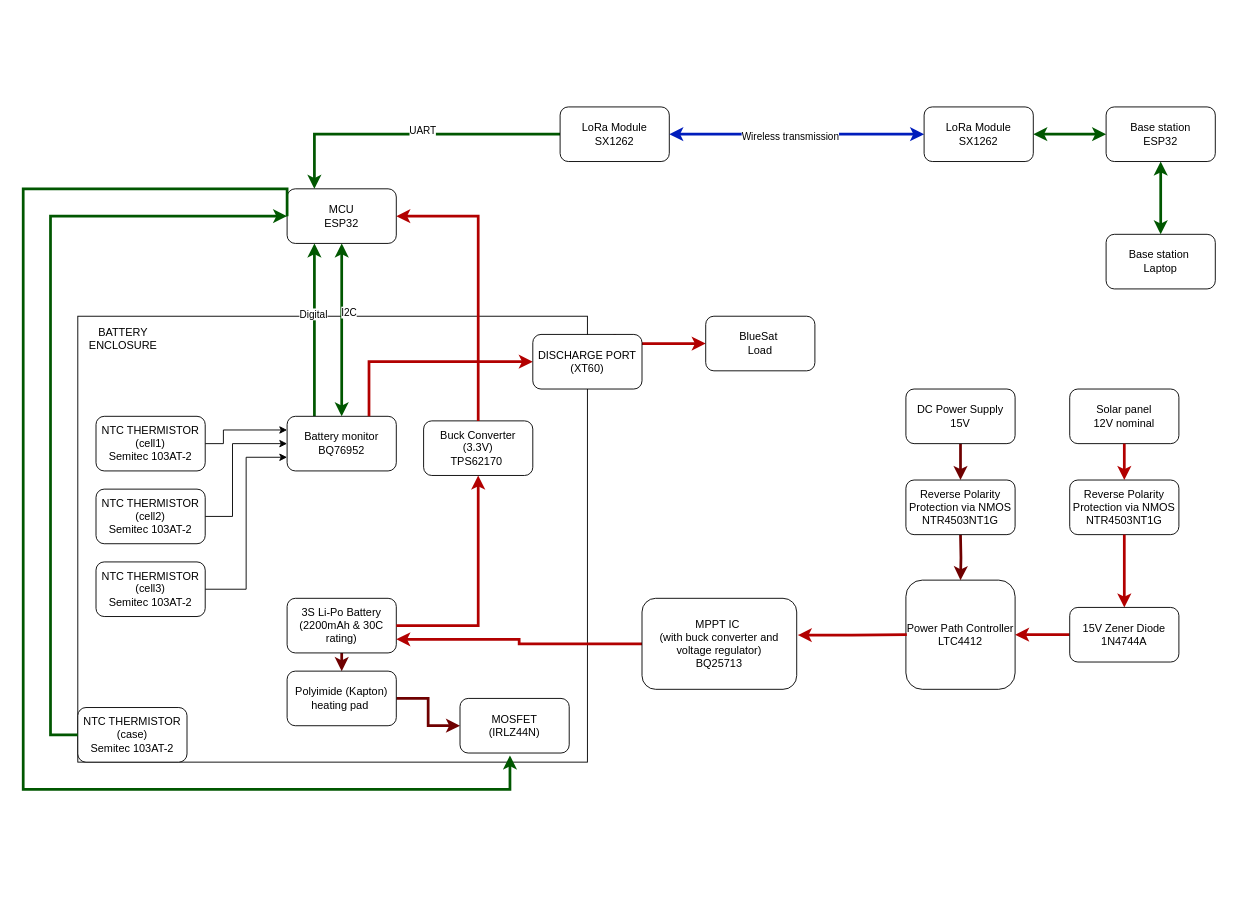
This is Felix_DRAFT_BMS_ELEC3117.drawio from Chainsawfelix/ELEC3117-BLUESAT, a draw.io file, before an edit. Source tidied: cells renumbered, new cells numbered last; positions are measured from the earlier drawing's top-left corner, leaving out a move shared by most shapes. Both pictures are drawn from the tidied source at 91%, with x=0, y=0 at pixel (23, 106).
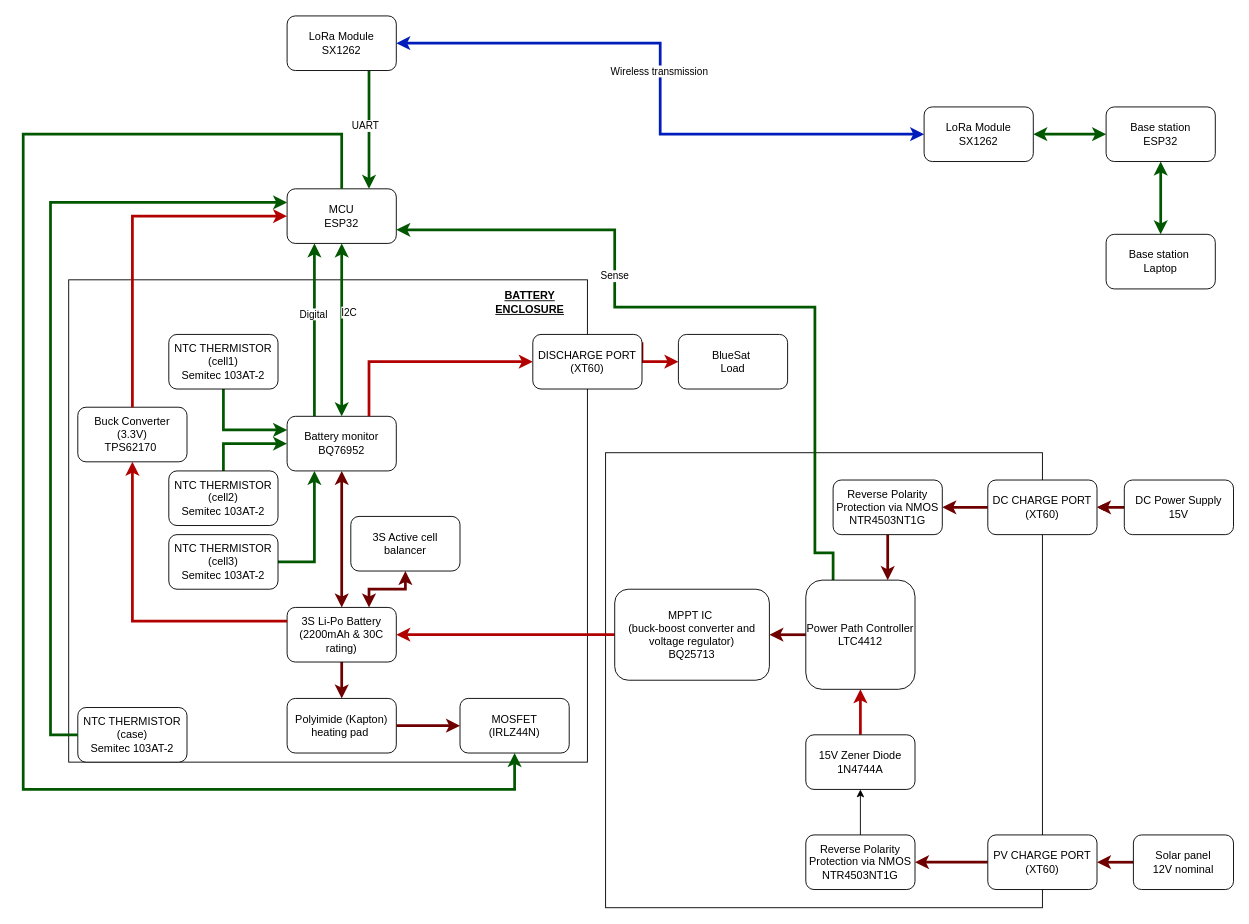
After the change.

The change refers to these unchanged cells:
```xml
<mxCell id="3" value="MCU&lt;br&gt;ESP32" style="rounded=1;whiteSpace=wrap;html=1;" parent="1" vertex="1">
  <mxGeometry x="290" y="90" width="120" height="60" as="geometry" />
</mxCell>
<mxCell id="7" value="NTC THERMISTOR&lt;div&gt;(case)&lt;br&gt;Semitec 103AT-2&lt;/div&gt;" style="rounded=1;whiteSpace=wrap;html=1;" parent="1" vertex="1">
  <mxGeometry x="60" y="660" width="120" height="60" as="geometry" />
</mxCell>
<mxCell id="10" value="Battery monitor&lt;br&gt;BQ76952" style="rounded=1;whiteSpace=wrap;html=1;" parent="1" vertex="1">
  <mxGeometry x="290" y="340" width="120" height="60" as="geometry" />
</mxCell>
<mxCell id="25" value="DISCHARGE PORT&lt;div&gt;(XT60)&lt;/div&gt;" style="rounded=1;whiteSpace=wrap;html=1;" parent="1" vertex="1">
  <mxGeometry x="560" y="250" width="120" height="60" as="geometry" />
</mxCell>
<mxCell id="35" value="MOSFET&lt;div&gt;(IRLZ44N)&lt;/div&gt;" style="rounded=1;whiteSpace=wrap;html=1;" parent="1" vertex="1">
  <mxGeometry x="480" y="650" width="120" height="60" as="geometry" />
</mxCell>
```

What changed in the source:
```diff
@@
+    <mxCell id="55" style="rounded=0;whiteSpace=wrap;html=1;" parent="1" vertex="1">
+      <mxGeometry x="640" y="380" width="480" height="500" as="geometry" />
+    </mxCell>
     <mxCell id="2" style="rounded=0;whiteSpace=wrap;html=1;" parent="1" vertex="1">
-      <mxGeometry x="60" y="230" width="560" height="490" as="geometry" />
+      <mxGeometry x="50" y="190" width="570" height="530" as="geometry" />
     </mxCell>
@@
-    <mxCell id="4" style="edgeStyle=orthogonalEdgeStyle;rounded=0;jettySize=auto;html=1;exitX=0;exitY=0.5;exitDx=0;exitDy=0;entryX=0.25;entryY=0;entryDx=0;entryDy=0;strokeWidth=3;fillColor=#008a00;strokeColor=#005700;" parent="1" edge="1" source="6" target="3">
+    <mxCell id="4" style="edgeStyle=orthogonalEdgeStyle;rounded=0;jettySize=auto;html=1;exitX=0.75;exitY=1;exitDx=0;exitDy=0;entryX=0.75;entryY=0;entryDx=0;entryDy=0;strokeWidth=3;fillColor=#008a00;strokeColor=#005700;" parent="1" edge="1" source="6" target="3">
       <mxGeometry relative="1" as="geometry" />
     </mxCell>
@@
     <mxCell id="6" value="LoRa Module&lt;br&gt;SX1262" style="rounded=1;whiteSpace=wrap;html=1;" parent="1" vertex="1">
-      <mxGeometry x="590" width="120" height="60" as="geometry" />
+      <mxGeometry x="290" y="-100" width="120" height="60" as="geometry" />
     </mxCell>
@@
+    <mxCell id="56" style="edgeStyle=orthogonalEdgeStyle;rounded=0;jettySize=auto;html=1;exitX=0;exitY=0.25;exitDx=0;exitDy=0;entryX=0.5;entryY=1;entryDx=0;entryDy=0;startArrow=classic;startFill=1;endArrow=none;endFill=0;strokeWidth=3;fillColor=#008a00;strokeColor=#005700;" parent="1" edge="1" source="10" target="20">
+      <mxGeometry relative="1" as="geometry" />
+    </mxCell>
@@
+    <mxCell id="57" style="edgeStyle=orthogonalEdgeStyle;rounded=0;jettySize=auto;html=1;exitX=0.75;exitY=0;exitDx=0;exitDy=0;entryX=0.5;entryY=1;entryDx=0;entryDy=0;strokeWidth=3;fillColor=#a20025;strokeColor=#6F0000;startArrow=classic;startFill=1;" parent="1" edge="1" source="12" target="65">
+      <mxGeometry relative="1" as="geometry" />
+    </mxCell>
     <mxCell id="12" value="3S Li-Po Battery&lt;div&gt;(2200mAh &amp;amp; 30C rating)&lt;/div&gt;" style="rounded=1;whiteSpace=wrap;html=1;" parent="1" vertex="1">
-      <mxGeometry x="290" y="540" width="120" height="60" as="geometry" />
+      <mxGeometry x="290" y="550" width="120" height="60" as="geometry" />
     </mxCell>
-    <mxCell id="13" value="BATTERY ENCLOSURE" style="text;html=1;whiteSpace=wrap;strokeColor=none;fillColor=none;align=center;verticalAlign=middle;rounded=0;" parent="1" vertex="1">
-      <mxGeometry x="80" y="240" width="60" height="30" as="geometry" />
+    <mxCell id="13" value="BATTERY ENCLOSURE" style="text;html=1;whiteSpace=wrap;strokeColor=none;fillColor=none;align=center;verticalAlign=middle;rounded=0;fontStyle=5;" parent="1" vertex="1">
+      <mxGeometry x="527" y="200" width="60" height="30" as="geometry" />
     </mxCell>
-    <mxCell id="14" style="edgeStyle=orthogonalEdgeStyle;rounded=0;jettySize=auto;html=1;exitX=0;exitY=0.5;exitDx=0;exitDy=0;entryX=0;entryY=0.5;entryDx=0;entryDy=0;fillColor=#008a00;strokeColor=#005700;strokeWidth=3;" parent="1" edge="1" source="7" target="3">
+    <mxCell id="14" style="edgeStyle=orthogonalEdgeStyle;rounded=0;jettySize=auto;html=1;exitX=0;exitY=0.5;exitDx=0;exitDy=0;entryX=0;entryY=0.25;entryDx=0;entryDy=0;fillColor=#008a00;strokeColor=#005700;strokeWidth=3;" parent="1" edge="1" source="7" target="3">
       <mxGeometry relative="1" as="geometry">
         <Array as="points">
           <mxPoint x="30" y="690" />
-          <mxPoint x="30" y="120" />
+          <mxPoint x="30" y="105" />
         </Array>
       </mxGeometry>
     </mxCell>
-    <mxCell id="15" style="edgeStyle=orthogonalEdgeStyle;rounded=0;jettySize=auto;html=1;exitX=1;exitY=0.5;exitDx=0;exitDy=0;entryX=0;entryY=0.5;entryDx=0;entryDy=0;" parent="1" edge="1" source="16" target="10">
+    <mxCell id="15" style="edgeStyle=orthogonalEdgeStyle;rounded=0;jettySize=auto;html=1;exitX=0.5;exitY=0;exitDx=0;exitDy=0;entryX=0;entryY=0.5;entryDx=0;entryDy=0;strokeWidth=3;fillColor=#008a00;strokeColor=#005700;" parent="1" edge="1" source="16" target="10">
       <mxGeometry relative="1" as="geometry">
         <Array as="points">
-          <mxPoint x="230" y="450" />
-          <mxPoint x="230" y="370" />
+          <mxPoint x="220" y="370" />
         </Array>
       </mxGeometry>
     </mxCell>
     <mxCell id="16" value="NTC THERMISTOR&lt;div&gt;(cell2)&lt;br&gt;Semitec 103AT-2&lt;/div&gt;" style="rounded=1;whiteSpace=wrap;html=1;" parent="1" vertex="1">
-      <mxGeometry x="80" y="420" width="120" height="60" as="geometry" />
+      <mxGeometry x="160" y="400" width="120" height="60" as="geometry" />
     </mxCell>
-    <mxCell id="17" style="edgeStyle=orthogonalEdgeStyle;rounded=0;jettySize=auto;html=1;exitX=1;exitY=0.5;exitDx=0;exitDy=0;entryX=0;entryY=0.75;entryDx=0;entryDy=0;" parent="1" edge="1" source="18" target="10">
-      <mxGeometry relative="1" as="geometry" />
+    <mxCell id="17" style="edgeStyle=orthogonalEdgeStyle;rounded=0;jettySize=auto;html=1;exitX=1;exitY=0.5;exitDx=0;exitDy=0;entryX=0.25;entryY=1;entryDx=0;entryDy=0;strokeWidth=3;fillColor=#008a00;strokeColor=#005700;" parent="1" edge="1" source="18" target="10">
+      <mxGeometry relative="1" as="geometry">
+        <Array as="points">
+          <mxPoint x="320" y="500" />
+        </Array>
+      </mxGeometry>
     </mxCell>
     <mxCell id="18" value="NTC THERMISTOR&lt;div&gt;(cell3)&lt;br&gt;Semitec 103AT-2&lt;/div&gt;" style="rounded=1;whiteSpace=wrap;html=1;" parent="1" vertex="1">
-      <mxGeometry x="80" y="500" width="120" height="60" as="geometry" />
+      <mxGeometry x="160" y="470" width="120" height="60" as="geometry" />
     </mxCell>
-    <mxCell id="19" style="edgeStyle=orthogonalEdgeStyle;rounded=0;jettySize=auto;html=1;exitX=1;exitY=0.5;exitDx=0;exitDy=0;entryX=0;entryY=0.25;entryDx=0;entryDy=0;" parent="1" edge="1" source="20" target="10">
-      <mxGeometry relative="1" as="geometry">
-        <Array as="points">
-          <mxPoint x="220" y="370" />
-          <mxPoint x="220" y="355" />
-        </Array>
-      </mxGeometry>
-    </mxCell>
     <mxCell id="20" value="NTC THERMISTOR&lt;div&gt;(cell1)&lt;br&gt;Semitec 103AT-2&lt;/div&gt;" style="rounded=1;whiteSpace=wrap;html=1;" parent="1" vertex="1">
-      <mxGeometry x="80" y="340" width="120" height="60" as="geometry" />
+      <mxGeometry x="160" y="250" width="120" height="60" as="geometry" />
     </mxCell>
     <mxCell id="21" value="Buck Converter&lt;br&gt;(3.3V)&lt;div&gt;TPS62170&amp;nbsp;&lt;/div&gt;" style="rounded=1;whiteSpace=wrap;html=1;" parent="1" vertex="1">
-      <mxGeometry x="440" y="345" width="120" height="60" as="geometry" />
+      <mxGeometry x="60" y="330" width="120" height="60" as="geometry" />
     </mxCell>
@@
-    <mxCell id="23" style="edgeStyle=orthogonalEdgeStyle;rounded=0;jettySize=auto;html=1;exitX=0.5;exitY=0;exitDx=0;exitDy=0;strokeWidth=3;fillColor=#e51400;strokeColor=#B20000;startArrow=none;startFill=0;entryX=1;entryY=0.5;entryDx=0;entryDy=0;" parent="1" edge="1" source="21" target="3">
+    <mxCell id="23" style="edgeStyle=orthogonalEdgeStyle;rounded=0;jettySize=auto;html=1;exitX=0.5;exitY=0;exitDx=0;exitDy=0;strokeWidth=3;fillColor=#e51400;strokeColor=#B20000;startArrow=none;startFill=0;entryX=0;entryY=0.5;entryDx=0;entryDy=0;" parent="1" edge="1" source="21" target="3">
       <mxGeometry relative="1" as="geometry">
         <Array as="points">
-          <mxPoint x="500" y="120" />
+          <mxPoint x="120" y="120" />
         </Array>
       </mxGeometry>
     </mxCell>
-    <mxCell id="24" style="edgeStyle=orthogonalEdgeStyle;rounded=0;jettySize=auto;html=1;exitX=0.75;exitY=0;exitDx=0;exitDy=0;entryX=0;entryY=0.5;entryDx=0;entryDy=0;strokeWidth=3;fillColor=#e51400;strokeColor=#B20000;" parent="1" edge="1" source="25" target="32">
+    <mxCell id="24" style="edgeStyle=orthogonalEdgeStyle;rounded=0;jettySize=auto;html=1;exitX=1;exitY=0.5;exitDx=0;exitDy=0;entryX=0;entryY=0.5;entryDx=0;entryDy=0;strokeWidth=3;fillColor=#e51400;strokeColor=#B20000;" parent="1" edge="1" source="25" target="32">
       <mxGeometry relative="1" as="geometry">
         <Array as="points">
+          <mxPoint x="680" y="260" />
           <mxPoint x="650" y="260" />
+          <mxPoint x="650" y="280" />
         </Array>
       </mxGeometry>
     </mxCell>
@@
+    <mxCell id="48" style="edgeStyle=orthogonalEdgeStyle;rounded=0;jettySize=auto;html=1;exitX=0.5;exitY=0;exitDx=0;exitDy=0;entryX=0.5;entryY=1;entryDx=0;entryDy=0;" parent="1" edge="1" source="26" target="52">
+      <mxGeometry relative="1" as="geometry" />
+    </mxCell>
     <mxCell id="26" value="Reverse Polarity&lt;br&gt;Protection via NMOS&lt;br&gt;NTR4503NT1G" style="rounded=1;whiteSpace=wrap;html=1;" parent="1" vertex="1">
-      <mxGeometry x="1150" y="410" width="120" height="60" as="geometry" />
+      <mxGeometry x="860" y="800" width="120" height="60" as="geometry" />
     </mxCell>
@@
+    <mxCell id="58" style="edgeStyle=orthogonalEdgeStyle;rounded=0;jettySize=auto;html=1;exitX=0;exitY=0.5;exitDx=0;exitDy=0;entryX=1;entryY=0.5;entryDx=0;entryDy=0;strokeWidth=3;fillColor=#a20025;strokeColor=#6F0000;" parent="1" edge="1" source="30" target="69">
+      <mxGeometry relative="1" as="geometry" />
+    </mxCell>
     <mxCell id="30" value="Solar panel&lt;div&gt;12V nominal&lt;/div&gt;" style="rounded=1;whiteSpace=wrap;html=1;" parent="1" vertex="1">
-      <mxGeometry x="1150" y="310" width="120" height="60" as="geometry" />
+      <mxGeometry x="1220" y="800" width="110" height="60" as="geometry" />
     </mxCell>
+    <mxCell id="59" style="edgeStyle=orthogonalEdgeStyle;rounded=0;jettySize=auto;html=1;exitX=0;exitY=0.5;exitDx=0;exitDy=0;entryX=1;entryY=0.5;entryDx=0;entryDy=0;strokeWidth=3;fillColor=#a20025;strokeColor=#6F0000;" parent="1" edge="1" source="31" target="51">
+      <mxGeometry relative="1" as="geometry" />
+    </mxCell>
+    <mxCell id="60" style="edgeStyle=orthogonalEdgeStyle;rounded=0;jettySize=auto;html=1;exitX=0.25;exitY=0;exitDx=0;exitDy=0;entryX=1;entryY=0.75;entryDx=0;entryDy=0;strokeWidth=3;fillColor=#008a00;strokeColor=#005700;" parent="1" edge="1" source="31" target="3">
+      <mxGeometry relative="1" as="geometry">
+        <Array as="points">
+          <mxPoint x="890" y="490" />
+          <mxPoint x="870" y="490" />
+          <mxPoint x="870" y="220" />
+          <mxPoint x="650" y="220" />
+          <mxPoint x="650" y="135" />
+        </Array>
+      </mxGeometry>
+    </mxCell>
+    <mxCell id="61" value="Sense" style="edgeLabel;html=1;align=center;verticalAlign=middle;" parent="60" vertex="1">
+      <mxGeometry x="0.33" relative="1" as="geometry">
+        <mxPoint x="-1" as="offset" />
+      </mxGeometry>
+    </mxCell>
     <mxCell id="31" value="Power Path Controller&lt;br&gt;LTC4412" style="rounded=1;whiteSpace=wrap;html=1;" parent="1" vertex="1">
-      <mxGeometry x="970" y="520" width="120" height="120" as="geometry" />
+      <mxGeometry x="860" y="520" width="120" height="120" as="geometry" />
     </mxCell>
     <mxCell id="32" value="BlueSat&amp;nbsp;&lt;div&gt;Load&lt;/div&gt;" style="rounded=1;whiteSpace=wrap;html=1;" parent="1" vertex="1">
-      <mxGeometry x="750" y="230" width="120" height="60" as="geometry" />
+      <mxGeometry x="720" y="250" width="120" height="60" as="geometry" />
     </mxCell>
@@
     <mxCell id="34" value="Polyimide (Kapton) heating pad&amp;nbsp;" style="rounded=1;whiteSpace=wrap;html=1;" parent="1" vertex="1">
-      <mxGeometry x="290" y="620" width="120" height="60" as="geometry" />
+      <mxGeometry x="290" y="650" width="120" height="60" as="geometry" />
     </mxCell>
@@
-    <mxCell id="36" style="edgeStyle=orthogonalEdgeStyle;rounded=0;jettySize=auto;html=1;fillColor=#008a00;strokeColor=#005700;strokeWidth=3;exitX=0;exitY=0.5;exitDx=0;exitDy=0;entryX=0.848;entryY=0.985;entryDx=0;entryDy=0;entryPerimeter=0;" parent="1" edge="1" source="3" target="2">
+    <mxCell id="36" style="edgeStyle=orthogonalEdgeStyle;rounded=0;jettySize=auto;html=1;fillColor=#008a00;strokeColor=#005700;strokeWidth=3;exitX=0.5;exitY=0;exitDx=0;exitDy=0;entryX=0.5;entryY=1;entryDx=0;entryDy=0;" parent="1" edge="1" source="3" target="35">
       <mxGeometry relative="1" as="geometry">
         <Array as="points">
-          <mxPoint x="290" y="90" />
-          <mxPoint y="90" />
+          <mxPoint x="350" y="30" />
+          <mxPoint y="30" />
           <mxPoint y="750" />
-          <mxPoint x="535" y="750" />
+          <mxPoint x="540" y="750" />
         </Array>
       </mxGeometry>
     </mxCell>
-    <mxCell id="37" style="edgeStyle=orthogonalEdgeStyle;rounded=0;jettySize=auto;html=1;strokeWidth=3;fillColor=#e51400;strokeColor=#B20000;startArrow=none;startFill=0;entryX=0.5;entryY=1;entryDx=0;entryDy=0;exitX=1;exitY=0.5;exitDx=0;exitDy=0;" parent="1" edge="1" source="12" target="21">
+    <mxCell id="37" style="edgeStyle=orthogonalEdgeStyle;rounded=0;jettySize=auto;html=1;strokeWidth=3;fillColor=#e51400;strokeColor=#B20000;startArrow=none;startFill=0;entryX=0.5;entryY=1;entryDx=0;entryDy=0;exitX=0;exitY=0.25;exitDx=0;exitDy=0;" parent="1" edge="1" source="12" target="21">
       <mxGeometry relative="1" as="geometry">
         <Array as="points">
-          <mxPoint x="410" y="570" />
-          <mxPoint x="500" y="570" />
+          <mxPoint x="120" y="565" />
         </Array>
       </mxGeometry>
     </mxCell>
@@
-    <mxCell id="44" style="edgeStyle=orthogonalEdgeStyle;rounded=0;jettySize=auto;html=1;exitX=0.5;exitY=1;exitDx=0;exitDy=0;entryX=0.5;entryY=0;entryDx=0;entryDy=0;strokeWidth=3;fillColor=#a20025;strokeColor=#6F0000;" parent="1" edge="1" source="45">
-      <mxGeometry relative="1" as="geometry">
-        <mxPoint x="1030" y="410" as="targetPoint" />
-      </mxGeometry>
-    </mxCell>
+    <mxCell id="62" style="edgeStyle=orthogonalEdgeStyle;rounded=0;jettySize=auto;html=1;exitX=0;exitY=0.5;exitDx=0;exitDy=0;entryX=1;entryY=0.5;entryDx=0;entryDy=0;" parent="1" edge="1" source="45" target="67">
+      <mxGeometry relative="1" as="geometry" />
+    </mxCell>
+    <mxCell id="63" style="edgeStyle=orthogonalEdgeStyle;rounded=0;jettySize=auto;html=1;strokeWidth=3;fillColor=#a20025;strokeColor=#6F0000;" parent="1" edge="1" source="45" target="67">
+      <mxGeometry relative="1" as="geometry" />
+    </mxCell>
     <mxCell id="45" value="DC Power Supply 15V" style="rounded=1;whiteSpace=wrap;html=1;" parent="1" vertex="1">
-      <mxGeometry x="970" y="310" width="120" height="60" as="geometry" />
+      <mxGeometry x="1210" y="410" width="120" height="60" as="geometry" />
     </mxCell>
-    <mxCell id="46" style="edgeStyle=orthogonalEdgeStyle;rounded=0;jettySize=auto;html=1;exitX=0;exitY=0.5;exitDx=0;exitDy=0;entryX=1.007;entryY=0.404;entryDx=0;entryDy=0;strokeWidth=3;fillColor=#e51400;strokeColor=#B20000;entryPerimeter=0;" parent="1" edge="1" target="51">
-      <mxGeometry relative="1" as="geometry">
-        <mxPoint x="971" y="580" as="sourcePoint" />
-      </mxGeometry>
-    </mxCell>
-    <mxCell id="47" style="edgeStyle=orthogonalEdgeStyle;rounded=0;jettySize=auto;html=1;exitX=0.5;exitY=1;exitDx=0;exitDy=0;entryX=0.5;entryY=0;entryDx=0;entryDy=0;fillColor=#a20025;strokeColor=#6F0000;strokeWidth=3;" parent="1" edge="1" target="31">
-      <mxGeometry relative="1" as="geometry">
-        <mxPoint x="1030" y="470" as="sourcePoint" />
-      </mxGeometry>
+    <mxCell id="47" style="edgeStyle=orthogonalEdgeStyle;rounded=0;jettySize=auto;html=1;exitX=0.5;exitY=1;exitDx=0;exitDy=0;entryX=0.75;entryY=0;entryDx=0;entryDy=0;fillColor=#a20025;strokeColor=#6F0000;strokeWidth=3;" parent="1" edge="1" source="54" target="31">
+      <mxGeometry relative="1" as="geometry" />
     </mxCell>
-    <mxCell id="48" style="edgeStyle=orthogonalEdgeStyle;rounded=0;jettySize=auto;html=1;exitX=0.5;exitY=1;exitDx=0;exitDy=0;strokeWidth=3;fillColor=#e51400;strokeColor=#B20000;" parent="1" edge="1" source="26" target="52">
-      <mxGeometry relative="1" as="geometry" />
-    </mxCell>
-    <mxCell id="49" style="edgeStyle=orthogonalEdgeStyle;rounded=0;jettySize=auto;html=1;exitX=0;exitY=0.5;exitDx=0;exitDy=0;entryX=1;entryY=0.5;entryDx=0;entryDy=0;strokeWidth=3;fillColor=#e51400;strokeColor=#B20000;" parent="1" edge="1" source="52" target="31">
+    <mxCell id="49" style="edgeStyle=orthogonalEdgeStyle;rounded=0;jettySize=auto;html=1;entryX=0.5;entryY=1;entryDx=0;entryDy=0;strokeWidth=3;fillColor=#e51400;strokeColor=#B20000;exitX=0.5;exitY=0;exitDx=0;exitDy=0;" parent="1" edge="1" source="52" target="31">
       <mxGeometry relative="1" as="geometry" />
     </mxCell>
-    <mxCell id="50" style="edgeStyle=orthogonalEdgeStyle;rounded=0;jettySize=auto;html=1;exitX=0;exitY=0.5;exitDx=0;exitDy=0;entryX=1;entryY=0.75;entryDx=0;entryDy=0;strokeWidth=3;fillColor=#e51400;strokeColor=#B20000;" parent="1" edge="1" source="51" target="12">
+    <mxCell id="50" style="edgeStyle=orthogonalEdgeStyle;rounded=0;jettySize=auto;html=1;exitX=0;exitY=0.5;exitDx=0;exitDy=0;entryX=1;entryY=0.5;entryDx=0;entryDy=0;strokeWidth=3;fillColor=#e51400;strokeColor=#B20000;" parent="1" edge="1" source="51" target="12">
       <mxGeometry relative="1" as="geometry" />
     </mxCell>
-    <mxCell id="51" value="MPPT IC&amp;nbsp;&lt;div&gt;(with buck converter and voltage regulator)&lt;div&gt;BQ25713&lt;/div&gt;&lt;/div&gt;" style="rounded=1;whiteSpace=wrap;html=1;" parent="1" vertex="1">
-      <mxGeometry x="680" y="540" width="170" height="100" as="geometry" />
+    <mxCell id="51" value="MPPT IC&amp;nbsp;&lt;div&gt;(buck-boost converter and voltage regulator)&lt;div&gt;BQ25713&lt;/div&gt;&lt;/div&gt;" style="rounded=1;whiteSpace=wrap;html=1;" parent="1" vertex="1">
+      <mxGeometry x="650" y="530" width="170" height="100" as="geometry" />
     </mxCell>
     <mxCell id="52" value="15V Zener Diode&lt;br&gt;1N4744A" style="rounded=1;whiteSpace=wrap;html=1;" parent="1" vertex="1">
-      <mxGeometry x="1150" y="550" width="120" height="60" as="geometry" />
+      <mxGeometry x="860" y="690" width="120" height="60" as="geometry" />
     </mxCell>
-    <mxCell id="53" style="edgeStyle=orthogonalEdgeStyle;rounded=0;jettySize=auto;html=1;exitX=0.5;exitY=1;exitDx=0;exitDy=0;entryX=0.5;entryY=0;entryDx=0;entryDy=0;strokeWidth=3;fillColor=#e51400;strokeColor=#B20000;" parent="1" edge="1" source="30" target="26">
-      <mxGeometry relative="1" as="geometry" />
-    </mxCell>
     <mxCell id="54" value="Reverse Polarity&lt;br&gt;Protection via NMOS&lt;br&gt;NTR4503NT1G" style="rounded=1;whiteSpace=wrap;html=1;" parent="1" vertex="1">
-      <mxGeometry x="970" y="410" width="120" height="60" as="geometry" />
+      <mxGeometry x="890" y="410" width="120" height="60" as="geometry" />
     </mxCell>
+    <mxCell id="64" style="endArrow=classic;html=1;rounded=0;exitX=0.5;exitY=1;exitDx=0;exitDy=0;strokeWidth=3;fillColor=#a20025;strokeColor=#6F0000;startArrow=classic;startFill=1;endFill=1;entryX=0.5;entryY=0;entryDx=0;entryDy=0;" parent="1" edge="1" source="10" target="12">
+      <mxGeometry relative="1" as="geometry" />
+    </mxCell>
+    <mxCell id="65" value="3S Active cell balancer" style="rounded=1;whiteSpace=wrap;html=1;" parent="1" vertex="1">
+      <mxGeometry x="360" y="450" width="120" height="60" as="geometry" />
+    </mxCell>
+    <mxCell id="66" style="edgeStyle=orthogonalEdgeStyle;rounded=0;jettySize=auto;html=1;exitX=0;exitY=0.5;exitDx=0;exitDy=0;entryX=1;entryY=0.5;entryDx=0;entryDy=0;strokeWidth=3;fillColor=#a20025;strokeColor=#6F0000;" parent="1" edge="1" source="67" target="54">
+      <mxGeometry relative="1" as="geometry" />
+    </mxCell>
+    <mxCell id="67" value="DC CHARGE PORT&lt;div&gt;(XT60)&lt;/div&gt;" style="rounded=1;whiteSpace=wrap;html=1;" parent="1" vertex="1">
+      <mxGeometry x="1060" y="410" width="120" height="60" as="geometry" />
+    </mxCell>
+    <mxCell id="68" style="edgeStyle=orthogonalEdgeStyle;rounded=0;jettySize=auto;html=1;exitX=0;exitY=0.5;exitDx=0;exitDy=0;entryX=1;entryY=0.5;entryDx=0;entryDy=0;strokeWidth=3;fillColor=#a20025;strokeColor=#6F0000;" parent="1" edge="1" source="69" target="26">
+      <mxGeometry relative="1" as="geometry" />
+    </mxCell>
+    <mxCell id="69" value="PV CHARGE PORT&lt;div&gt;(XT60)&lt;/div&gt;" style="rounded=1;whiteSpace=wrap;html=1;" parent="1" vertex="1">
+      <mxGeometry x="1060" y="800" width="120" height="60" as="geometry" />
+    </mxCell>
```
